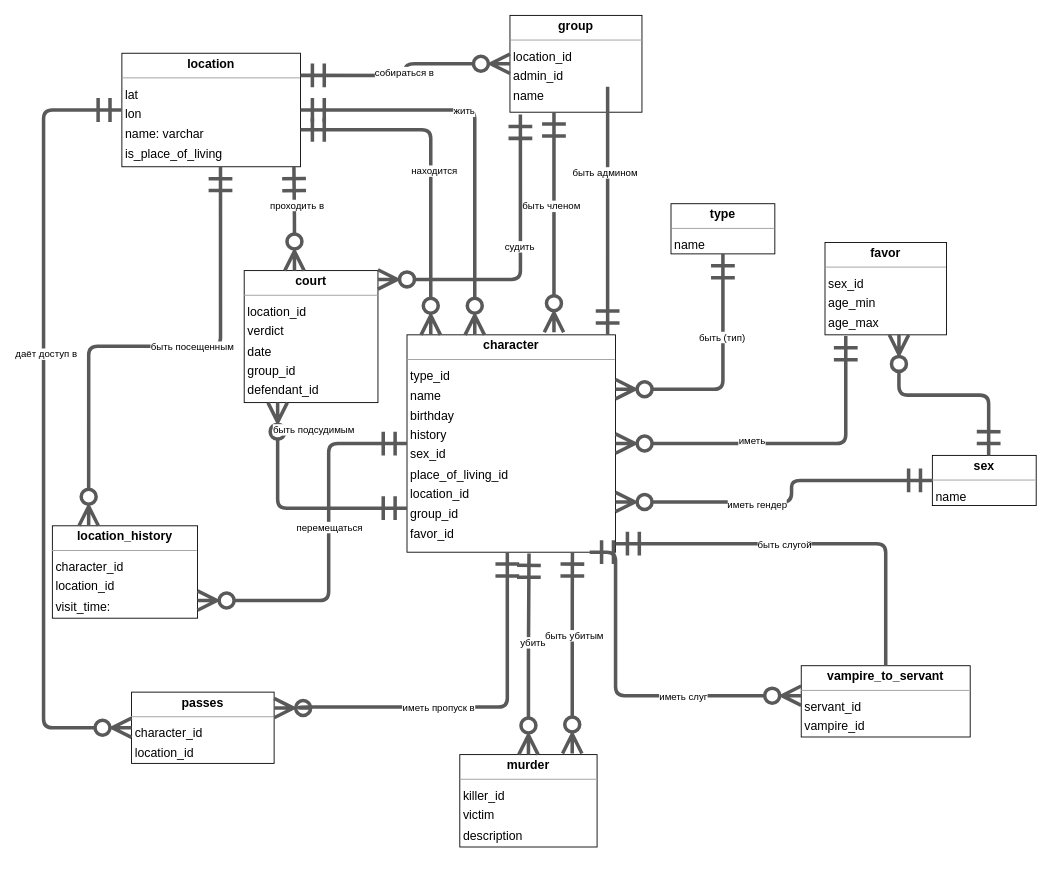
The draw.io diagram ИМ.drawio in PEA-bHblE-Pb-P/course_work, before the edit. Source tidied: cells renumbered, new cells numbered last; positions are measured from the earlier drawing's top-left corner, leaving out a move shared by most shapes. Both pictures are drawn from the tidied source at 88%, with x=0, y=0 at pixel (43, 15).
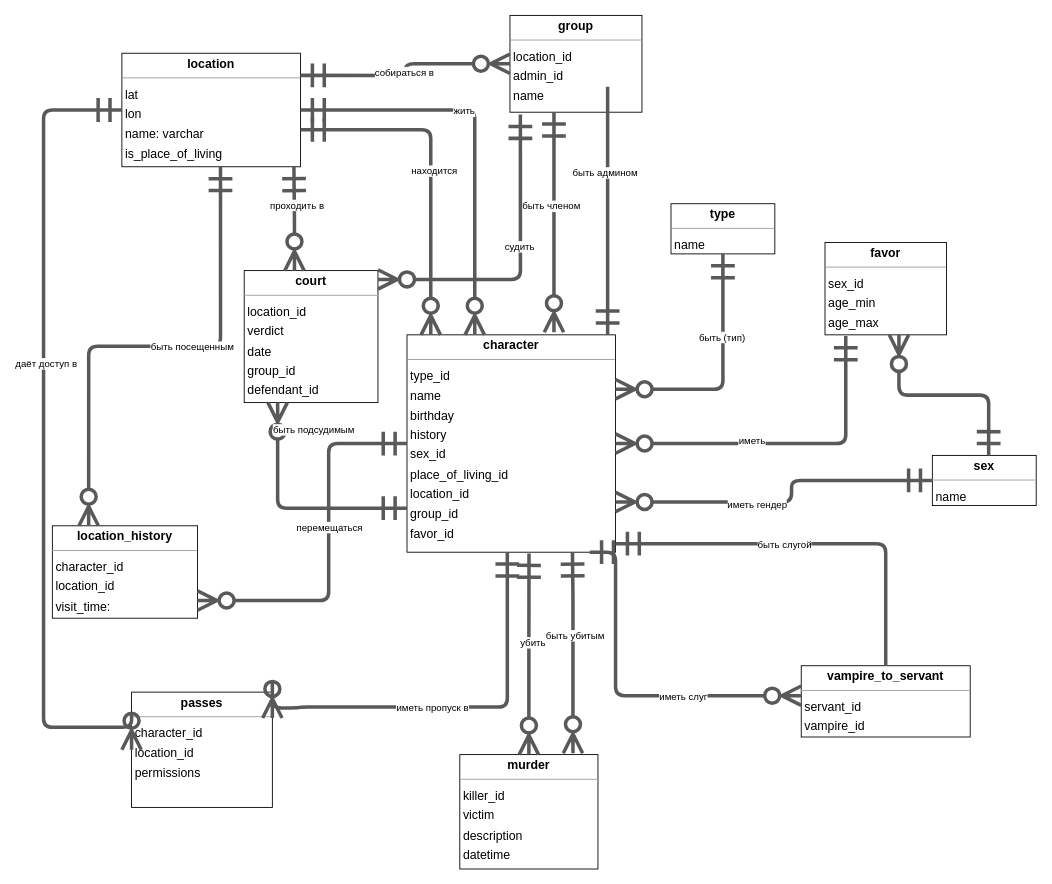
The same page after the edit.

Change to the diagram source:
```diff
@@
-    <mxCell id="8" value="&lt;p style=&quot;margin:0px;margin-top:4px;text-align:center;&quot;&gt;&lt;b&gt;murder&lt;/b&gt;&lt;/p&gt;&lt;hr size=&quot;1&quot;&gt;&lt;p style=&quot;margin:0 0 0 4px;line-height:1.6;&quot;&gt; killer_id&lt;br&gt; victim   &lt;br&gt; description  &lt;br&gt;&lt;/p&gt;" style="verticalAlign=top;align=left;overflow=fill;fontSize=14;fontFamily=Helvetica;html=1;rounded=0;shadow=0;comic=0;labelBackgroundColor=none;strokeWidth=1;" parent="1" vertex="1">
-      <mxGeometry x="473" y="840" width="156" height="105" as="geometry" />
+    <mxCell id="8" value="&lt;p style=&quot;margin: 0px ; margin-top: 4px ; text-align: center&quot;&gt;&lt;b&gt;murder&lt;/b&gt;&lt;/p&gt;&lt;hr size=&quot;1&quot;&gt;&lt;p style=&quot;margin: 0 0 0 4px ; line-height: 1.6&quot;&gt; killer_id&lt;br&gt; victim   &lt;br&gt; description &lt;br&gt;&lt;/p&gt;&lt;p style=&quot;margin: 0 0 0 4px ; line-height: 1.6&quot;&gt;datetime&lt;br&gt;&lt;/p&gt;" style="verticalAlign=top;align=left;overflow=fill;fontSize=14;fontFamily=Helvetica;html=1;rounded=0;shadow=0;comic=0;labelBackgroundColor=none;strokeWidth=1;" parent="1" vertex="1">
+      <mxGeometry x="473" y="840" width="157" height="130" as="geometry" />
     </mxCell>
-    <mxCell id="9" value="&lt;p style=&quot;margin:0px;margin-top:4px;text-align:center;&quot;&gt;&lt;b&gt;passes&lt;/b&gt;&lt;/p&gt;&lt;hr size=&quot;1&quot;&gt;&lt;p style=&quot;margin:0 0 0 4px;line-height:1.6;&quot;&gt; character_id&lt;br&gt; location_id   &lt;/p&gt;" style="verticalAlign=top;align=left;overflow=fill;fontSize=14;fontFamily=Helvetica;html=1;rounded=0;shadow=0;comic=0;labelBackgroundColor=none;strokeWidth=1;" parent="1" vertex="1">
-      <mxGeometry x="100" y="769" width="162" height="81" as="geometry" />
+    <mxCell id="9" value="&lt;p style=&quot;margin: 0px ; margin-top: 4px ; text-align: center&quot;&gt;&lt;b&gt;passes&lt;/b&gt;&lt;/p&gt;&lt;hr size=&quot;1&quot;&gt;&lt;p style=&quot;margin: 0 0 0 4px ; line-height: 1.6&quot;&gt; character_id&lt;br&gt; location_id &lt;br&gt;&lt;/p&gt;&lt;p style=&quot;margin: 0 0 0 4px ; line-height: 1.6&quot;&gt;permissions&lt;br&gt;&lt;/p&gt;" style="verticalAlign=top;align=left;overflow=fill;fontSize=14;fontFamily=Helvetica;html=1;rounded=0;shadow=0;comic=0;labelBackgroundColor=none;strokeWidth=1;" parent="1" vertex="1">
+      <mxGeometry x="100" y="769" width="160" height="131" as="geometry" />
     </mxCell>
```
